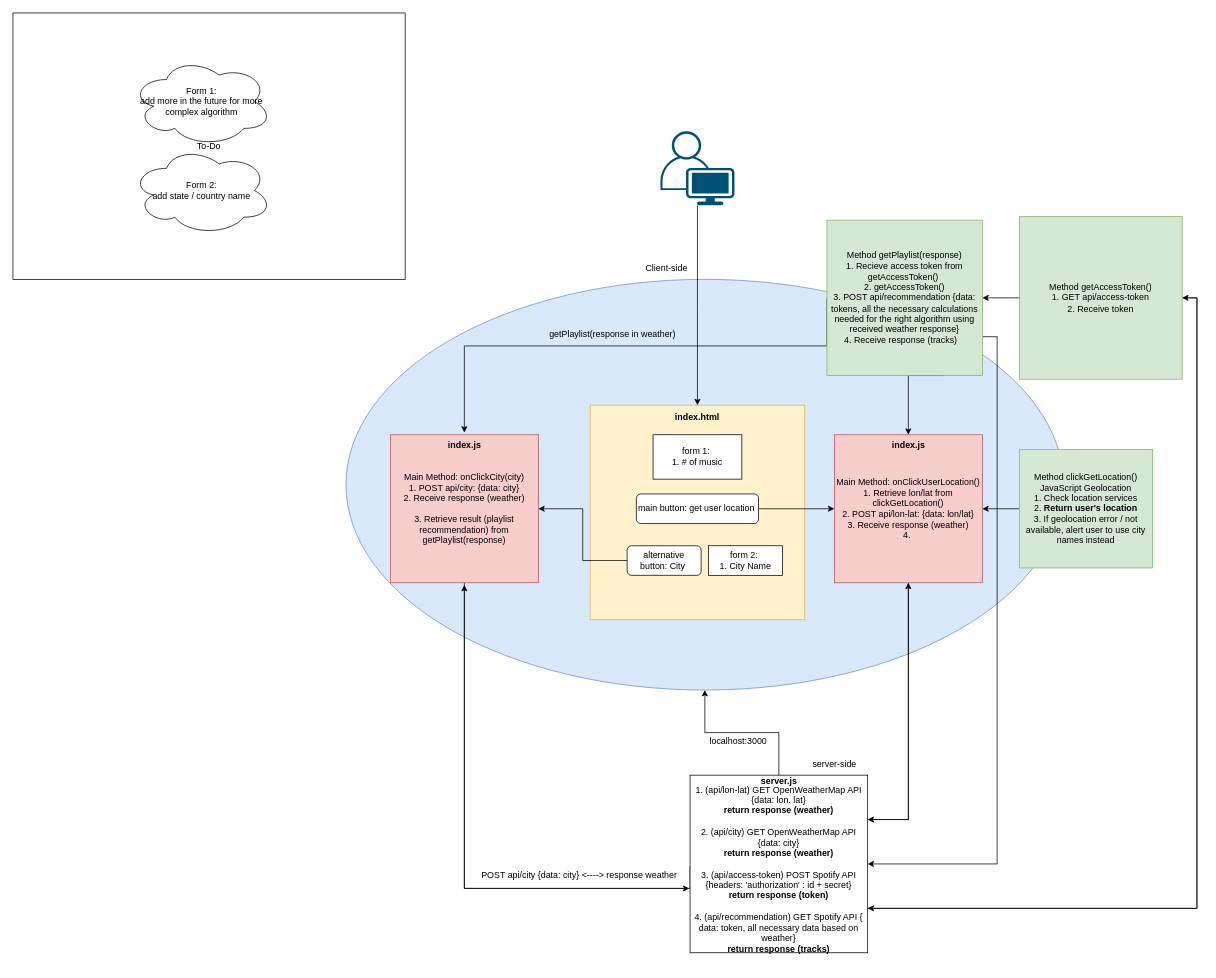
Earlier version of the draw.io diagram Untitled Diagram.drawio (ildak-systems/weather-based-music-rec). Source tidied: cells renumbered, new cells numbered last; positions are measured from the earlier drawing's top-left corner, leaving out a move shared by most shapes. Both pictures are drawn from the tidied source at 74%, with x=0, y=0 at pixel (13, 13).
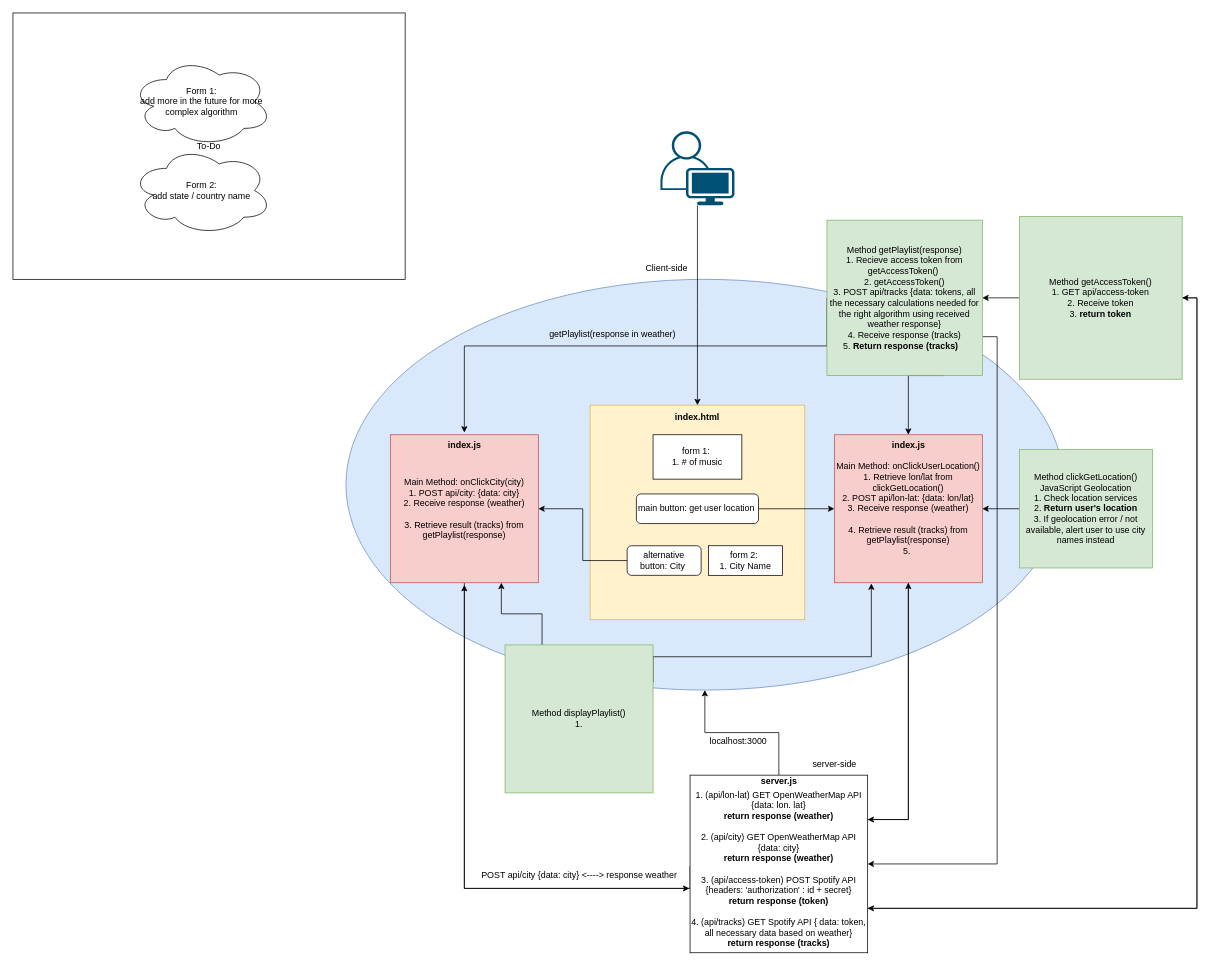
The same diagram, later.

Commit message:
added new method displayPlaylist(). Fix messy arrows and replacing playlist to tracks later

Diff of the diagram source:
```diff
@@
-    <mxCell id="11" value="Main Method: onClickCity(city)&lt;br&gt;1. POST api/city: {data: city}&lt;br&gt;2. Receive response (weather)&lt;br&gt;&lt;br&gt;3. Retrieve result (playlist recommendation) from getPlaylist(response)" style="whiteSpace=wrap;html=1;fillColor=#f8cecc;strokeColor=#b85450;" parent="1" vertex="1">
+    <mxCell id="11" value="Main Method: onClickCity(city)&lt;br&gt;1. POST api/city: {data: city}&lt;br&gt;2. Receive response (weather)&lt;br&gt;&lt;br&gt;3. Retrieve result (tracks) from getPlaylist(response)" style="whiteSpace=wrap;html=1;fillColor=#f8cecc;strokeColor=#b85450;" parent="1" vertex="1">
       <mxGeometry x="510" y="570" width="200" height="200" as="geometry" />
     </mxCell>
@@
-    <mxCell id="18" value="Method getPlaylist(response)&lt;br&gt;1. Recieve access token from getAccessToken()&amp;nbsp;&lt;br&gt;2. getAccessToken()&lt;br&gt;3. POST api/recommendation {data: tokens, all the necessary calculations needed for the right algorithm using received weather response}&lt;br&gt;4. Receive response (tracks) &amp;nbsp;&amp;nbsp;" style="whiteSpace=wrap;html=1;fillColor=#d5e8d4;strokeColor=#82b366;" parent="1" vertex="1">
+    <mxCell id="18" value="Method getPlaylist(response)&lt;br&gt;1. Recieve access token from getAccessToken()&amp;nbsp;&lt;br&gt;2. getAccessToken()&lt;br&gt;3. POST api/tracks {data: tokens, all the necessary calculations needed for the right algorithm using received weather response}&lt;br&gt;4. Receive response (tracks)&lt;br&gt;5. &lt;b&gt;Return response (tracks) &lt;/b&gt;&amp;nbsp;&amp;nbsp;" style="whiteSpace=wrap;html=1;fillColor=#d5e8d4;strokeColor=#82b366;" parent="1" vertex="1">
       <mxGeometry x="1100" y="280" width="210" height="210" as="geometry" />
     </mxCell>
@@
-    <mxCell id="23" value="&lt;br&gt;&lt;br&gt;1. (api/lon-lat) GET OpenWeatherMap API&lt;br&gt;{data: lon. lat}&lt;br&gt;&lt;b&gt;return response (weather)&lt;br&gt;&lt;/b&gt;&lt;br&gt;2. (api/city) GET OpenWeatherMap API&lt;br&gt;{data: city}&lt;br&gt;&lt;b&gt;return response (weather)&lt;br&gt;&lt;/b&gt;&lt;br&gt;3. (api/access-token) POST Spotify API {headers: 'authorization' : id + secret}&lt;br&gt;&lt;b&gt;return response (token)&lt;br&gt;&lt;/b&gt;&lt;br&gt;4. (api/recommendation) GET Spotify API { data: token, all necessary data based on weather}&lt;br&gt;&lt;b&gt;return response (tracks)&lt;/b&gt;&lt;br&gt;&amp;nbsp;" style="whiteSpace=wrap;html=1;" parent="1" vertex="1">
+    <mxCell id="23" value="&lt;br&gt;&lt;br&gt;1. (api/lon-lat) GET OpenWeatherMap API&lt;br&gt;{data: lon. lat}&lt;br&gt;&lt;b&gt;return response (weather)&lt;br&gt;&lt;/b&gt;&lt;br&gt;2. (api/city) GET OpenWeatherMap API&lt;br&gt;{data: city}&lt;br&gt;&lt;b&gt;return response (weather)&lt;br&gt;&lt;/b&gt;&lt;br&gt;3. (api/access-token) POST Spotify API {headers: 'authorization' : id + secret}&lt;br&gt;&lt;b&gt;return response (token)&lt;br&gt;&lt;/b&gt;&lt;br&gt;4. (api/tracks) GET Spotify API { data: token, all necessary data based on weather}&lt;br&gt;&lt;b&gt;return response (tracks)&lt;/b&gt;&lt;br&gt;&amp;nbsp;" style="whiteSpace=wrap;html=1;" parent="1" vertex="1">
       <mxGeometry x="915" y="1030" width="240" height="240" as="geometry" />
     </mxCell>
@@
-    <mxCell id="26" value="Main Method: onClickUserLocation()&lt;br&gt;1. Retrieve lon/lat from clickGetLocation()&lt;br&gt;2. POST api/lon-lat: {data: lon/lat}&lt;br&gt;3. Receive response (weather)&lt;br&gt;4.&amp;nbsp;" style="whiteSpace=wrap;html=1;fillColor=#f8cecc;strokeColor=#b85450;" parent="1" vertex="1">
+    <mxCell id="26" value="Main Method: onClickUserLocation()&lt;br&gt;1. Retrieve lon/lat from clickGetLocation()&lt;br&gt;2. POST api/lon-lat: {data: lon/lat}&lt;br&gt;3. Receive response (weather)&lt;br&gt;&lt;br&gt;4. Retrieve result (tracks) from getPlaylist(response)&lt;br&gt;5.&amp;nbsp;" style="whiteSpace=wrap;html=1;fillColor=#f8cecc;strokeColor=#b85450;" parent="1" vertex="1">
       <mxGeometry x="1110" y="570" width="200" height="200" as="geometry" />
     </mxCell>
@@
-    <mxCell id="39" value="Method getAccessToken()&lt;br&gt;1. GET api/access-token&lt;br&gt;2. Receive token&lt;br&gt;" style="whiteSpace=wrap;html=1;fillColor=#d5e8d4;strokeColor=#82b366;" parent="1" vertex="1">
+    <mxCell id="39" value="Method getAccessToken()&lt;br&gt;1. GET api/access-token&lt;br&gt;2. Receive token&lt;br&gt;3. &lt;b&gt;return token&lt;/b&gt;" style="whiteSpace=wrap;html=1;fillColor=#d5e8d4;strokeColor=#82b366;" parent="1" vertex="1">
       <mxGeometry x="1360" y="275" width="220" height="220" as="geometry" />
     </mxCell>
@@
+    <mxCell id="41" style="edgeStyle=orthogonalEdgeStyle;rounded=0;jettySize=auto;html=1;exitX=0.25;exitY=0;exitDx=0;exitDy=0;entryX=0.75;entryY=1;entryDx=0;entryDy=0;" parent="1" edge="1" source="43" target="11">
+      <mxGeometry relative="1" as="geometry" />
+    </mxCell>
+    <mxCell id="42" style="edgeStyle=orthogonalEdgeStyle;rounded=0;orthogonalLoop=1;jettySize=auto;html=1;exitX=1;exitY=0.25;exitDx=0;exitDy=0;entryX=0.25;entryY=1;entryDx=0;entryDy=0;" parent="1" edge="1">
+      <mxGeometry relative="1" as="geometry">
+        <mxPoint x="865" y="905" as="sourcePoint" />
+        <mxPoint x="1160" y="771" as="targetPoint" />
+        <Array as="points">
+          <mxPoint x="865" y="870" />
+          <mxPoint x="1160" y="870" />
+        </Array>
+      </mxGeometry>
+    </mxCell>
+    <mxCell id="43" value="Method displayPlaylist()&lt;br&gt;1." style="whiteSpace=wrap;html=1;fillColor=#d5e8d4;strokeColor=#82b366;" parent="1" vertex="1">
+      <mxGeometry x="665" y="854" width="200" height="200" as="geometry" />
+    </mxCell>
```
